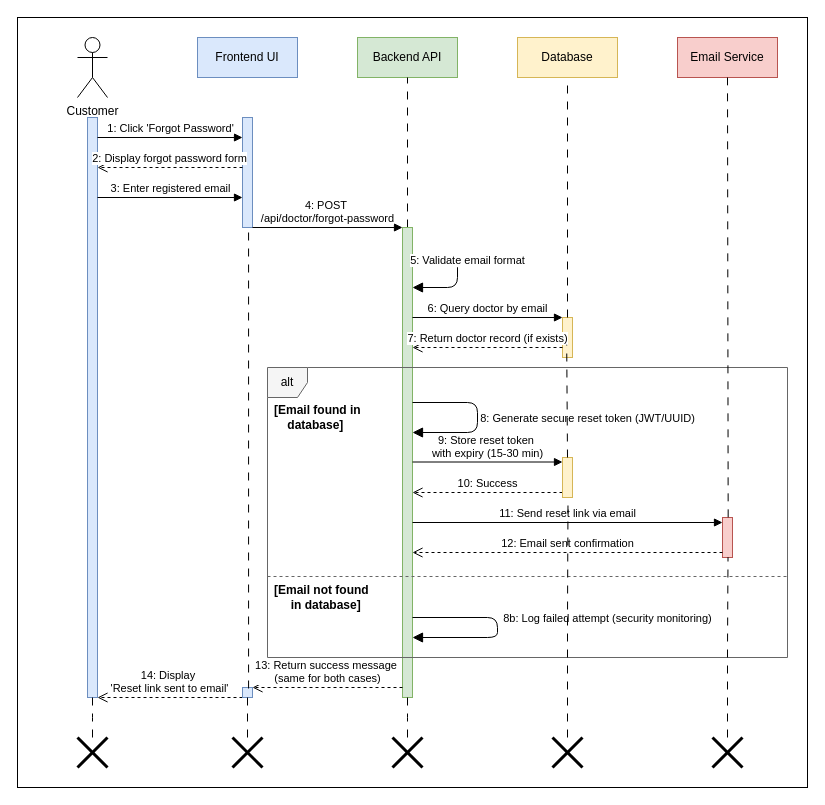
This is InProgress/Sequence Diagram/Salesperson/forgot password/Forgot-Password-Diagram.drawio from shah541-g/Fyp-Diagrams, a draw.io file, before an edit. Source tidied: cells renumbered, new cells numbered last; positions are measured from the earlier drawing's top-left corner, leaving out a move shared by most shapes. Both pictures are drawn from the tidied source at 100%, with x=0, y=0 at pixel (17, 17).
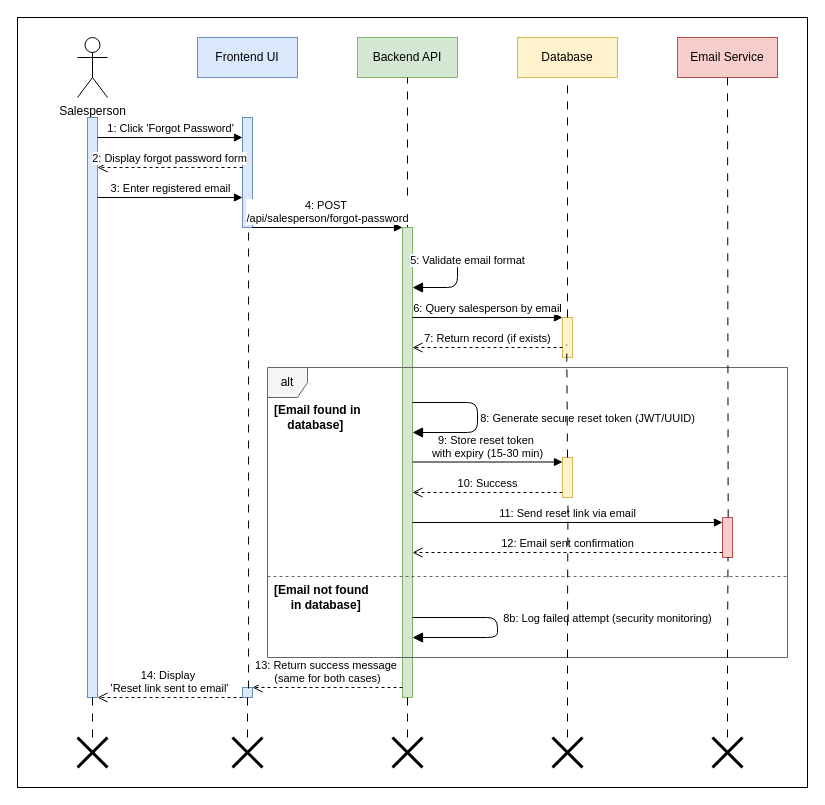
Above is the later version.

Change to the diagram source:
```diff
@@
-    <mxCell id="3" value="Customer" style="shape=umlActor;verticalLabelPosition=bottom;verticalAlign=top;html=1;" parent="1" vertex="1">
+    <mxCell id="3" value="Salesperson" style="shape=umlActor;verticalLabelPosition=bottom;verticalAlign=top;html=1;" parent="1" vertex="1">
       <mxGeometry x="60" y="20" width="30" height="60" as="geometry" />
     </mxCell>
@@
-    <mxCell id="17" value="4: POST&amp;nbsp;&lt;div&gt;/api/doctor/forgot-password&lt;/div&gt;" style="html=1;verticalAlign=bottom;endArrow=block;" parent="1" edge="1">
+    <mxCell id="17" value="4: POST&amp;nbsp;&lt;div&gt;/api/salesperson/forgot-password&lt;/div&gt;" style="html=1;verticalAlign=bottom;endArrow=block;" parent="1" edge="1">
       <mxGeometry relative="1" as="geometry">
         <mxPoint x="235" y="210" as="sourcePoint" />
         <mxPoint x="385" y="210" as="targetPoint" />
       </mxGeometry>
     </mxCell>
@@
-    <mxCell id="19" value="6: Query doctor by email" style="html=1;verticalAlign=bottom;endArrow=block;" parent="1" edge="1">
+    <mxCell id="19" value="6: Query salesperson by email" style="html=1;verticalAlign=bottom;endArrow=block;" parent="1" edge="1">
       <mxGeometry relative="1" as="geometry">
         <mxPoint x="395" y="300" as="sourcePoint" />
         <mxPoint x="545" y="300" as="targetPoint" />
       </mxGeometry>
     </mxCell>
-    <mxCell id="20" value="7: Return doctor record (if exists)" style="html=1;verticalAlign=bottom;endArrow=open;dashed=1;endSize=8;" parent="1" edge="1">
+    <mxCell id="20" value="7: Return record (if exists)" style="html=1;verticalAlign=bottom;endArrow=open;dashed=1;endSize=8;" parent="1" edge="1">
       <mxGeometry relative="1" as="geometry">
         <mxPoint x="545" y="330" as="sourcePoint" />
         <mxPoint x="395" y="330" as="targetPoint" />
       </mxGeometry>
     </mxCell>
```
